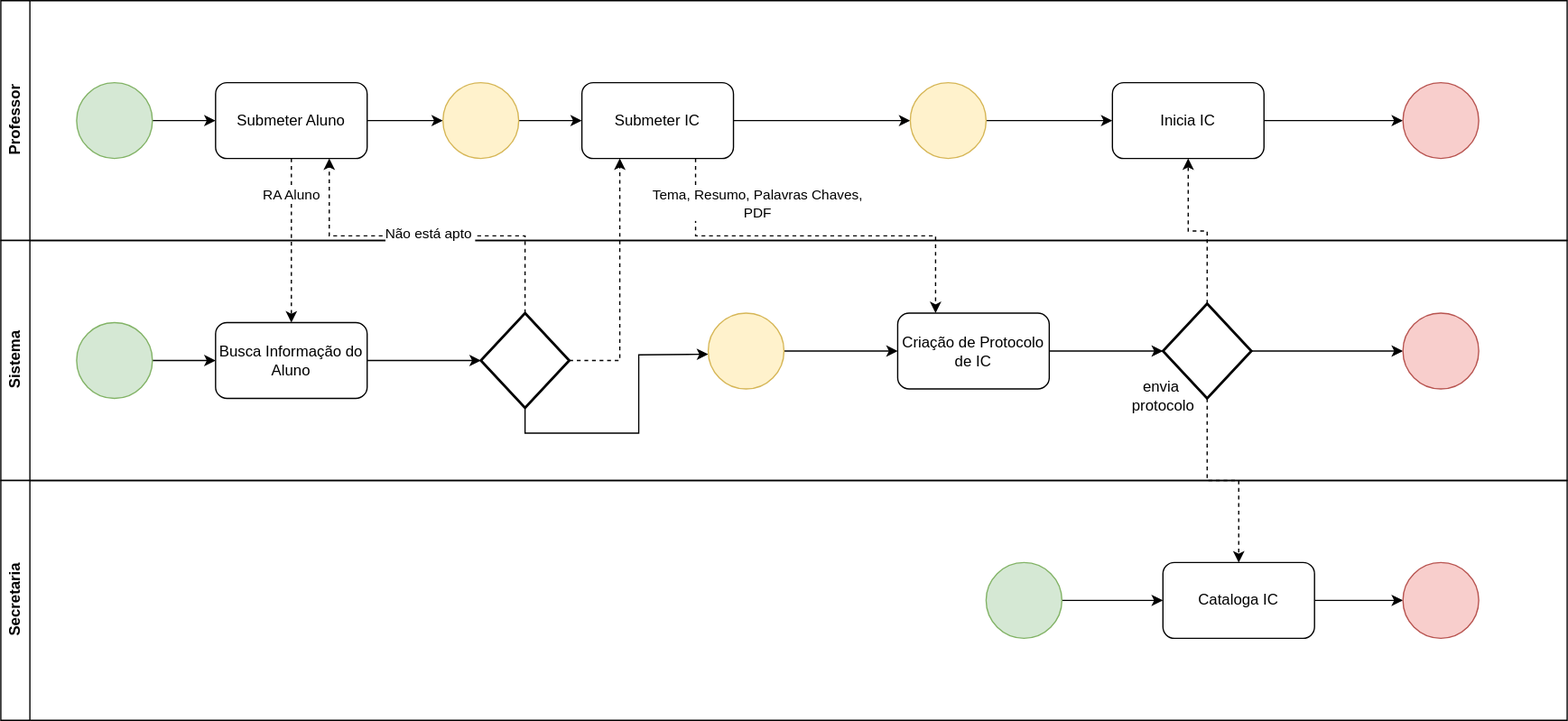
The draw.io diagram ToBe.drawio.svg in JesCat16/Automacao_IC_GestaoDeProjeto, before a commit. Source tidied: cells renumbered, new cells last; positions are measured from the earlier drawing's top-left corner, leaving out a move shared by most shapes. Its diagram source:
```xml
<mxGraphModel background="#ffffff">
  <root>
    <mxCell id="0" />
    <mxCell id="1" parent="0" />
    <mxCell id="2" value="Professor" style="swimlane;horizontal=0;whiteSpace=wrap;html=1;" parent="1" vertex="1">
      <mxGeometry width="1240" height="190" as="geometry" />
    </mxCell>
    <mxCell id="3" style="edgeStyle=orthogonalEdgeStyle;rounded=0;jettySize=auto;html=1;" parent="2" edge="1" source="4" target="6">
      <mxGeometry relative="1" as="geometry" />
    </mxCell>
    <mxCell id="4" style="ellipse;whiteSpace=wrap;html=1;fillColor=#d5e8d4;strokeColor=#82b366;" parent="2" vertex="1">
      <mxGeometry x="60" y="65" width="60" height="60" as="geometry" />
    </mxCell>
    <mxCell id="5" style="edgeStyle=orthogonalEdgeStyle;rounded=0;jettySize=auto;html=1;" parent="2" edge="1" source="6">
      <mxGeometry relative="1" as="geometry">
        <mxPoint x="350" y="95" as="targetPoint" />
      </mxGeometry>
    </mxCell>
    <mxCell id="6" value="Submeter Aluno" style="rounded=1;whiteSpace=wrap;html=1;" parent="2" vertex="1">
      <mxGeometry x="170" y="65" width="120" height="60" as="geometry" />
    </mxCell>
    <mxCell id="7" style="edgeStyle=orthogonalEdgeStyle;rounded=0;jettySize=auto;html=1;exitX=1;exitY=0.5;exitDx=0;exitDy=0;entryX=0;entryY=0.5;entryDx=0;entryDy=0;" parent="2" edge="1" source="8" target="13">
      <mxGeometry relative="1" as="geometry" />
    </mxCell>
    <mxCell id="8" value="Inicia IC" style="rounded=1;whiteSpace=wrap;html=1;" parent="2" vertex="1">
      <mxGeometry x="880" y="65" width="120" height="60" as="geometry" />
    </mxCell>
    <mxCell id="9" style="edgeStyle=orthogonalEdgeStyle;rounded=0;jettySize=auto;html=1;" parent="2" edge="1" source="10" target="12">
      <mxGeometry relative="1" as="geometry" />
    </mxCell>
    <mxCell id="10" style="ellipse;whiteSpace=wrap;html=1;fillColor=#fff2cc;strokeColor=#d6b656;" parent="2" vertex="1">
      <mxGeometry x="350" y="65" width="60" height="60" as="geometry" />
    </mxCell>
    <mxCell id="11" style="edgeStyle=orthogonalEdgeStyle;rounded=0;jettySize=auto;html=1;exitX=1;exitY=0.5;exitDx=0;exitDy=0;entryX=0;entryY=0.5;entryDx=0;entryDy=0;" parent="2" edge="1" source="12" target="15">
      <mxGeometry relative="1" as="geometry" />
    </mxCell>
    <mxCell id="12" value="Submeter IC" style="rounded=1;whiteSpace=wrap;html=1;" parent="2" vertex="1">
      <mxGeometry x="460" y="65" width="120" height="60" as="geometry" />
    </mxCell>
    <mxCell id="13" style="ellipse;whiteSpace=wrap;html=1;fillColor=#f8cecc;strokeColor=#b85450;" parent="2" vertex="1">
      <mxGeometry x="1110" y="65" width="60" height="60" as="geometry" />
    </mxCell>
    <mxCell id="14" style="edgeStyle=orthogonalEdgeStyle;rounded=0;jettySize=auto;html=1;exitX=1;exitY=0.5;exitDx=0;exitDy=0;entryX=0;entryY=0.5;entryDx=0;entryDy=0;" parent="2" edge="1" source="15" target="8">
      <mxGeometry relative="1" as="geometry" />
    </mxCell>
    <mxCell id="15" style="ellipse;whiteSpace=wrap;html=1;fillColor=#fff2cc;strokeColor=#d6b656;" parent="2" vertex="1">
      <mxGeometry x="720" y="65" width="60" height="60" as="geometry" />
    </mxCell>
    <mxCell id="16" value="Sistema" style="swimlane;horizontal=0;whiteSpace=wrap;html=1;" parent="1" vertex="1">
      <mxGeometry y="190" width="1240" height="190" as="geometry" />
    </mxCell>
    <mxCell id="17" style="edgeStyle=orthogonalEdgeStyle;rounded=0;jettySize=auto;html=1;" parent="16" edge="1" source="18" target="20">
      <mxGeometry relative="1" as="geometry" />
    </mxCell>
    <mxCell id="18" style="ellipse;whiteSpace=wrap;html=1;fillColor=#d5e8d4;strokeColor=#82b366;" parent="16" vertex="1">
      <mxGeometry x="60" y="65" width="60" height="60" as="geometry" />
    </mxCell>
    <mxCell id="19" style="edgeStyle=orthogonalEdgeStyle;rounded=0;jettySize=auto;html=1;entryX=0;entryY=0.5;entryDx=0;entryDy=0;entryPerimeter=0;" parent="16" edge="1" source="20" target="22">
      <mxGeometry relative="1" as="geometry" />
    </mxCell>
    <mxCell id="20" value="Busca Informação do&lt;div&gt;Aluno&lt;/div&gt;" style="rounded=1;whiteSpace=wrap;html=1;" parent="16" vertex="1">
      <mxGeometry x="170" y="65" width="120" height="60" as="geometry" />
    </mxCell>
    <mxCell id="21" style="edgeStyle=orthogonalEdgeStyle;rounded=0;jettySize=auto;html=1;exitX=0.5;exitY=1;exitDx=0;exitDy=0;exitPerimeter=0;" parent="16" edge="1" source="22">
      <mxGeometry relative="1" as="geometry">
        <mxPoint x="560" y="90" as="targetPoint" />
      </mxGeometry>
    </mxCell>
    <mxCell id="22" style="strokeWidth=2;html=1;shape=mxgraph.flowchart.decision;whiteSpace=wrap;" parent="16" vertex="1">
      <mxGeometry x="380" y="57.5" width="70" height="75" as="geometry" />
    </mxCell>
    <mxCell id="23" style="edgeStyle=orthogonalEdgeStyle;rounded=0;jettySize=auto;html=1;" parent="16" edge="1" source="24" target="25">
      <mxGeometry relative="1" as="geometry" />
    </mxCell>
    <mxCell id="24" style="ellipse;whiteSpace=wrap;html=1;fillColor=#fff2cc;strokeColor=#d6b656;" parent="16" vertex="1">
      <mxGeometry x="560" y="57.5" width="60" height="60" as="geometry" />
    </mxCell>
    <mxCell id="25" value="Criação de Protocolo&lt;div&gt;de IC&lt;/div&gt;" style="rounded=1;whiteSpace=wrap;html=1;" parent="16" vertex="1">
      <mxGeometry x="710" y="57.5" width="120" height="60" as="geometry" />
    </mxCell>
    <mxCell id="26" style="edgeStyle=orthogonalEdgeStyle;rounded=0;jettySize=auto;html=1;exitX=1;exitY=0.5;exitDx=0;exitDy=0;exitPerimeter=0;entryX=0;entryY=0.5;entryDx=0;entryDy=0;" parent="16" edge="1" source="27" target="29">
      <mxGeometry relative="1" as="geometry" />
    </mxCell>
    <mxCell id="27" style="strokeWidth=2;html=1;shape=mxgraph.flowchart.decision;whiteSpace=wrap;" parent="16" vertex="1">
      <mxGeometry x="920" y="50" width="70" height="75" as="geometry" />
    </mxCell>
    <mxCell id="28" style="edgeStyle=orthogonalEdgeStyle;rounded=0;jettySize=auto;html=1;exitX=1;exitY=0.5;exitDx=0;exitDy=0;entryX=0;entryY=0.5;entryDx=0;entryDy=0;entryPerimeter=0;" parent="16" edge="1" source="25" target="27">
      <mxGeometry relative="1" as="geometry" />
    </mxCell>
    <mxCell id="29" style="ellipse;whiteSpace=wrap;html=1;fillColor=#f8cecc;strokeColor=#b85450;" parent="16" vertex="1">
      <mxGeometry x="1110" y="57.5" width="60" height="60" as="geometry" />
    </mxCell>
    <mxCell id="30" value="Secretaria" style="swimlane;horizontal=0;whiteSpace=wrap;html=1;" parent="1" vertex="1">
      <mxGeometry y="380" width="1240" height="190" as="geometry" />
    </mxCell>
    <mxCell id="31" style="edgeStyle=orthogonalEdgeStyle;rounded=0;jettySize=auto;html=1;" parent="30" edge="1" source="32" target="34">
      <mxGeometry relative="1" as="geometry" />
    </mxCell>
    <mxCell id="32" style="ellipse;whiteSpace=wrap;html=1;fillColor=#d5e8d4;strokeColor=#82b366;" parent="30" vertex="1">
      <mxGeometry x="780" y="65" width="60" height="60" as="geometry" />
    </mxCell>
    <mxCell id="33" style="edgeStyle=orthogonalEdgeStyle;rounded=0;jettySize=auto;html=1;exitX=1;exitY=0.5;exitDx=0;exitDy=0;entryX=0;entryY=0.5;entryDx=0;entryDy=0;" parent="30" edge="1" source="34" target="35">
      <mxGeometry relative="1" as="geometry" />
    </mxCell>
    <mxCell id="34" value="Cataloga IC" style="rounded=1;whiteSpace=wrap;html=1;" parent="30" vertex="1">
      <mxGeometry x="920" y="65" width="120" height="60" as="geometry" />
    </mxCell>
    <mxCell id="35" style="ellipse;whiteSpace=wrap;html=1;fillColor=#f8cecc;strokeColor=#b85450;" parent="30" vertex="1">
      <mxGeometry x="1110" y="65" width="60" height="60" as="geometry" />
    </mxCell>
    <mxCell id="36" style="edgeStyle=orthogonalEdgeStyle;rounded=0;jettySize=auto;html=1;exitX=0.5;exitY=1;exitDx=0;exitDy=0;entryX=0.5;entryY=0;entryDx=0;entryDy=0;dashed=1;" parent="1" edge="1" source="6" target="20">
      <mxGeometry relative="1" as="geometry" />
    </mxCell>
    <mxCell id="37" value="RA Aluno" style="edgeLabel;html=1;align=center;verticalAlign=middle;" parent="36" vertex="1">
      <mxGeometry x="-0.57" y="-1" relative="1" as="geometry" />
    </mxCell>
    <mxCell id="38" style="edgeStyle=orthogonalEdgeStyle;rounded=0;jettySize=auto;html=1;exitX=0.5;exitY=0;exitDx=0;exitDy=0;exitPerimeter=0;entryX=0.75;entryY=1;entryDx=0;entryDy=0;dashed=1;" parent="1" edge="1" source="22" target="6">
      <mxGeometry relative="1" as="geometry" />
    </mxCell>
    <mxCell id="39" value="Não está apto&amp;nbsp;" style="edgeLabel;html=1;align=center;verticalAlign=middle;" parent="38" vertex="1">
      <mxGeometry x="-0.01" y="-2" relative="1" as="geometry" />
    </mxCell>
    <mxCell id="40" style="edgeStyle=orthogonalEdgeStyle;rounded=0;jettySize=auto;html=1;exitX=1;exitY=0.5;exitDx=0;exitDy=0;exitPerimeter=0;entryX=0.25;entryY=1;entryDx=0;entryDy=0;dashed=1;" parent="1" edge="1" source="22" target="12">
      <mxGeometry relative="1" as="geometry" />
    </mxCell>
    <mxCell id="41" style="edgeStyle=orthogonalEdgeStyle;rounded=0;jettySize=auto;html=1;exitX=0.75;exitY=1;exitDx=0;exitDy=0;entryX=0.25;entryY=0;entryDx=0;entryDy=0;dashed=1;" parent="1" edge="1" source="12" target="25">
      <mxGeometry relative="1" as="geometry" />
    </mxCell>
    <mxCell id="42" value="Tema, Resumo, Palavras Chaves,&lt;div&gt;PDF&lt;/div&gt;" style="edgeLabel;html=1;align=center;verticalAlign=middle;" parent="41" vertex="1">
      <mxGeometry x="-0.07" y="2" relative="1" as="geometry">
        <mxPoint x="-36" y="-24" as="offset" />
      </mxGeometry>
    </mxCell>
    <mxCell id="43" style="edgeStyle=orthogonalEdgeStyle;rounded=0;jettySize=auto;html=1;exitX=0.5;exitY=0;exitDx=0;exitDy=0;exitPerimeter=0;entryX=0.5;entryY=1;entryDx=0;entryDy=0;dashed=1;" parent="1" edge="1" source="27" target="8">
      <mxGeometry relative="1" as="geometry" />
    </mxCell>
    <mxCell id="44" style="edgeStyle=orthogonalEdgeStyle;rounded=0;jettySize=auto;html=1;exitX=0.5;exitY=1;exitDx=0;exitDy=0;exitPerimeter=0;entryX=0.5;entryY=0;entryDx=0;entryDy=0;dashed=1;" parent="1" edge="1" source="27" target="34">
      <mxGeometry relative="1" as="geometry" />
    </mxCell>
    <mxCell id="45" value="envia&amp;nbsp;&lt;div&gt;protocolo&lt;/div&gt;" style="text;html=1;align=center;verticalAlign=middle;strokeColor=none;fillColor=none;" parent="1" vertex="1">
      <mxGeometry x="885" y="293" width="70" height="40" as="geometry" />
    </mxCell>
  </root>
</mxGraphModel>
```
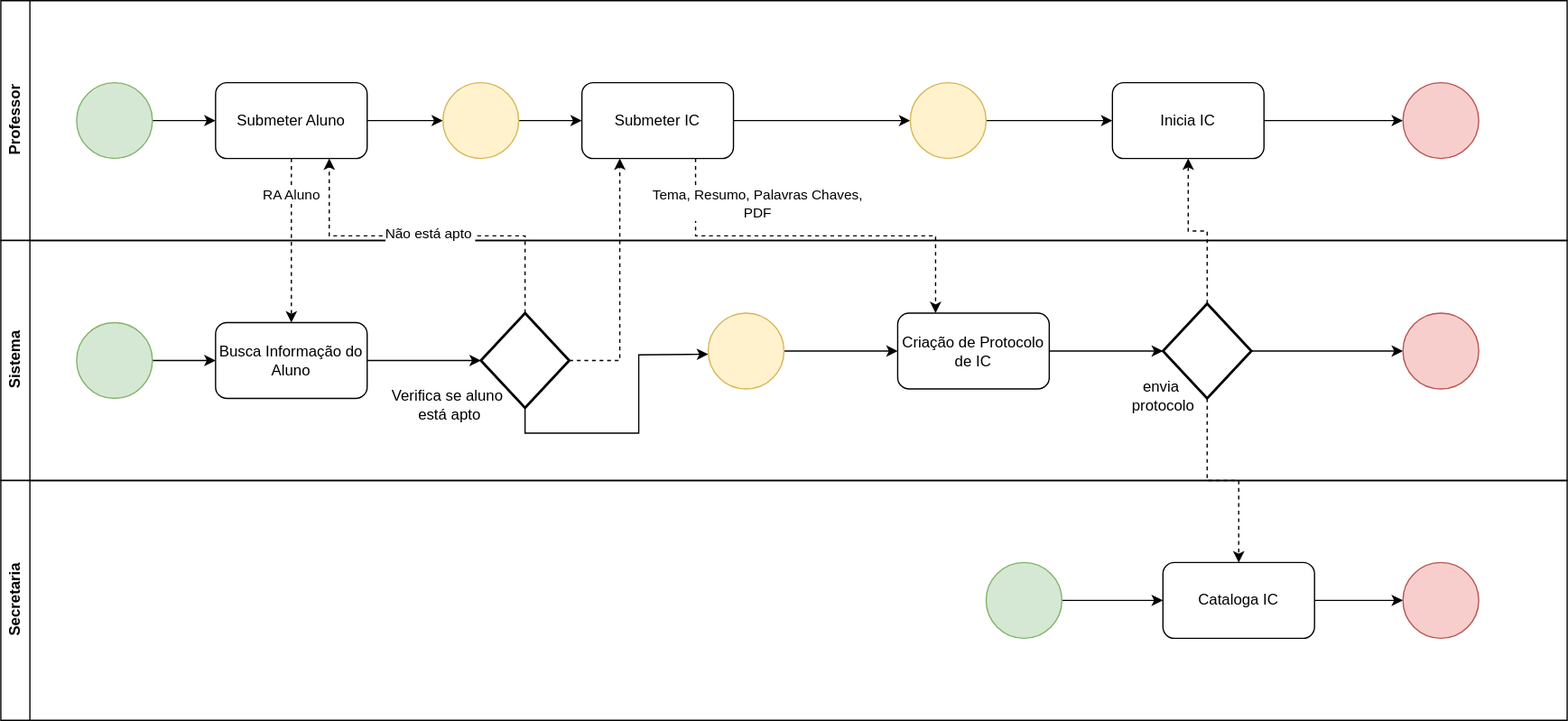
The same file after the commit.

What changed in the source:
```diff
@@ -90,6 +90,9 @@
     <mxCell id="29" style="ellipse;whiteSpace=wrap;html=1;fillColor=#f8cecc;strokeColor=#b85450;" parent="16" vertex="1">
       <mxGeometry x="1110" y="57.5" width="60" height="60" as="geometry" />
     </mxCell>
+    <mxCell id="46" value="Verifica se aluno&amp;nbsp;&lt;div&gt;está apto&lt;/div&gt;" style="text;html=1;align=center;verticalAlign=middle;strokeColor=none;fillColor=none;" parent="16" vertex="1">
+      <mxGeometry x="300" y="110" width="110" height="40" as="geometry" />
+    </mxCell>
     <mxCell id="30" value="Secretaria" style="swimlane;horizontal=0;whiteSpace=wrap;html=1;" parent="1" vertex="1">
       <mxGeometry y="380" width="1240" height="190" as="geometry" />
     </mxCell>
```
